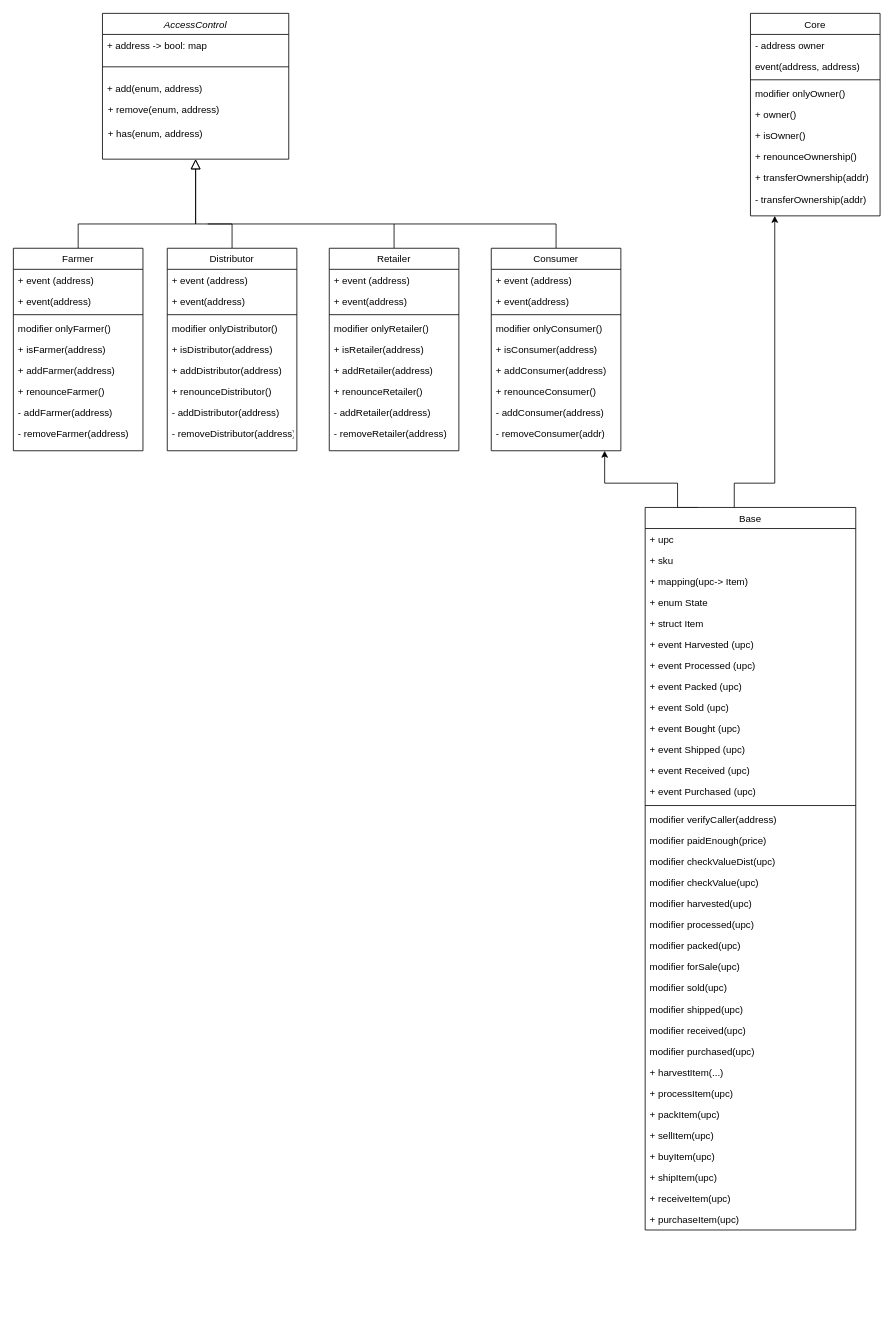
This is planning/Coffee Supply Class.drawio from ligipop/PlanningSolutions, a draw.io file, before an edit. Source tidied: cells renumbered, new cells numbered last; positions are measured from the earlier drawing's top-left corner, leaving out a move shared by most shapes. Both pictures are drawn from the tidied source at 81%, with x=0, y=0 at pixel (13, 13).
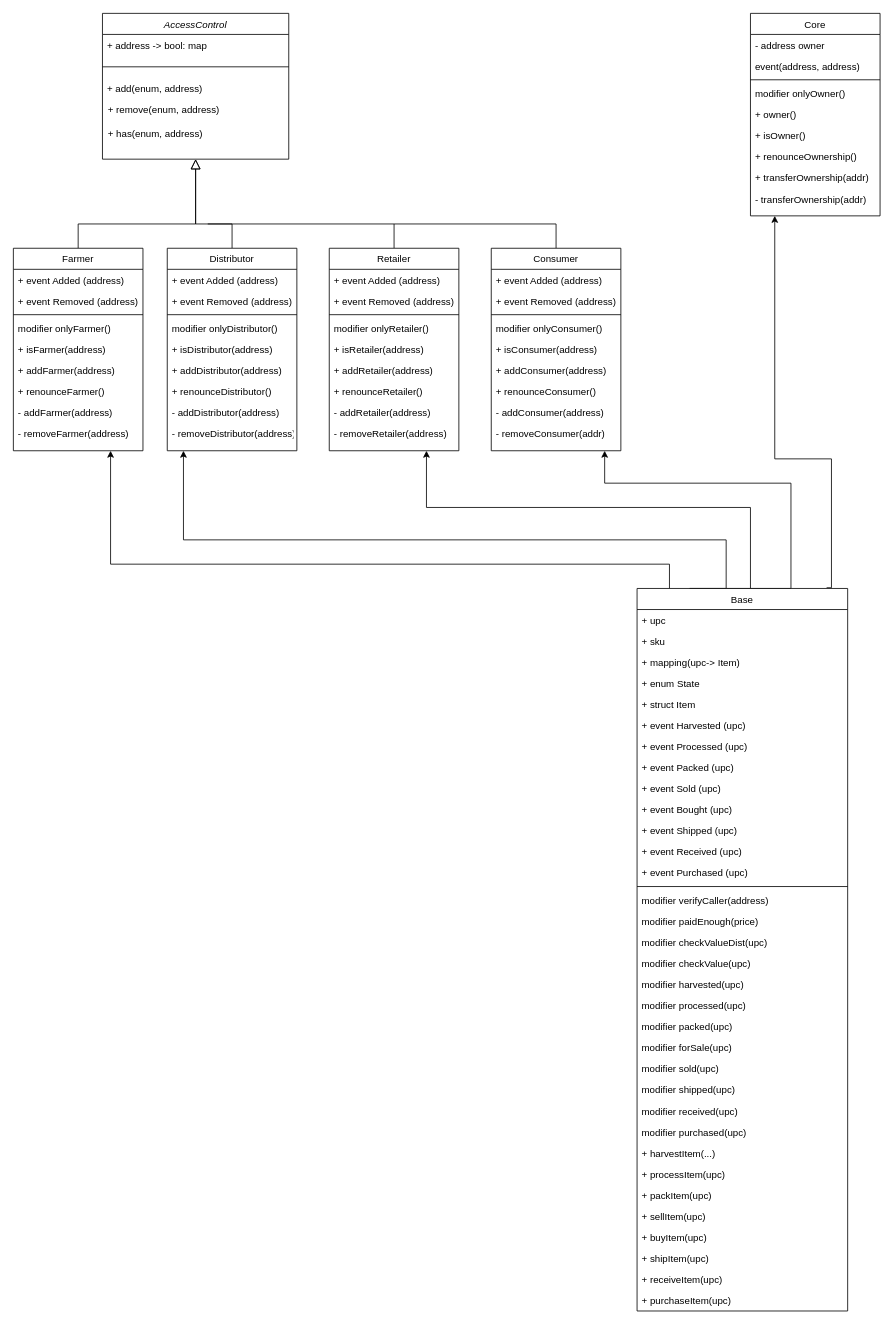
Above is the later version.

Commit message:
Update Coffee Supply Class_final.drawio

The change refers to these unchanged cells:
```xml
<mxCell id="20" value="Farmer" style="swimlane;fontStyle=0;align=center;verticalAlign=top;horizontal=1;startSize=26;rounded=0;shadow=0;strokeWidth=1;" parent="1" vertex="1">
  <mxGeometry y="290" width="160" height="250" as="geometry" />
</mxCell>
<mxCell id="32" value="Distributor" style="swimlane;fontStyle=0;align=center;verticalAlign=top;horizontal=1;startSize=26;rounded=0;shadow=0;strokeWidth=1;" parent="1" vertex="1">
  <mxGeometry x="190" y="290" width="160" height="250" as="geometry" />
</mxCell>
<mxCell id="42" value="Retailer" style="swimlane;fontStyle=0;align=center;verticalAlign=top;horizontal=1;startSize=26;rounded=0;shadow=0;strokeWidth=1;" parent="1" vertex="1">
  <mxGeometry x="390" y="290" width="160" height="250" as="geometry" />
</mxCell>
<mxCell id="52" value="Consumer" style="swimlane;fontStyle=0;align=center;verticalAlign=top;horizontal=1;startSize=26;rounded=0;shadow=0;strokeWidth=1;" parent="1" vertex="1">
  <mxGeometry x="590" y="290" width="160" height="250" as="geometry" />
</mxCell>
```

The edit, as a diff of the source:
```diff
@@
-    <mxCell id="21" value="+ event (address)" style="text;align=left;verticalAlign=top;spacingLeft=4;spacingRight=4;overflow=hidden;" parent="20" vertex="1">
+    <mxCell id="21" value="+ event Added (address)" style="text;align=left;verticalAlign=top;spacingLeft=4;spacingRight=4;overflow=hidden;" parent="20" vertex="1">
       <mxGeometry y="26" width="160" height="26" as="geometry" />
     </mxCell>
-    <mxCell id="22" value="+ event(address)" style="text;align=left;verticalAlign=top;spacingLeft=4;spacingRight=4;overflow=hidden;rounded=0;shadow=0;html=0;" parent="20" vertex="1">
+    <mxCell id="22" value="+ event Removed (address)" style="text;align=left;verticalAlign=top;spacingLeft=4;spacingRight=4;overflow=hidden;rounded=0;shadow=0;html=0;" parent="20" vertex="1">
       <mxGeometry y="52" width="160" height="26" as="geometry" />
     </mxCell>
@@
-    <mxCell id="33" value="+ event (address)" style="text;align=left;verticalAlign=top;spacingLeft=4;spacingRight=4;overflow=hidden;" parent="32" vertex="1">
+    <mxCell id="33" value="+ event Added (address)" style="text;align=left;verticalAlign=top;spacingLeft=4;spacingRight=4;overflow=hidden;" parent="32" vertex="1">
       <mxGeometry y="26" width="160" height="26" as="geometry" />
     </mxCell>
-    <mxCell id="34" value="+ event(address)" style="text;align=left;verticalAlign=top;spacingLeft=4;spacingRight=4;overflow=hidden;rounded=0;shadow=0;html=0;" parent="32" vertex="1">
+    <mxCell id="34" value="+ event Removed (address)" style="text;align=left;verticalAlign=top;spacingLeft=4;spacingRight=4;overflow=hidden;rounded=0;shadow=0;html=0;" parent="32" vertex="1">
       <mxGeometry y="52" width="160" height="26" as="geometry" />
     </mxCell>
@@
-    <mxCell id="43" value="+ event (address)" style="text;align=left;verticalAlign=top;spacingLeft=4;spacingRight=4;overflow=hidden;" parent="42" vertex="1">
+    <mxCell id="43" value="+ event Added (address)" style="text;align=left;verticalAlign=top;spacingLeft=4;spacingRight=4;overflow=hidden;" parent="42" vertex="1">
       <mxGeometry y="26" width="160" height="26" as="geometry" />
     </mxCell>
-    <mxCell id="44" value="+ event(address)" style="text;align=left;verticalAlign=top;spacingLeft=4;spacingRight=4;overflow=hidden;rounded=0;shadow=0;html=0;" parent="42" vertex="1">
+    <mxCell id="44" value="+ event Removed (address)" style="text;align=left;verticalAlign=top;spacingLeft=4;spacingRight=4;overflow=hidden;rounded=0;shadow=0;html=0;" parent="42" vertex="1">
       <mxGeometry y="52" width="160" height="26" as="geometry" />
     </mxCell>
@@
-    <mxCell id="53" value="+ event (address)" style="text;align=left;verticalAlign=top;spacingLeft=4;spacingRight=4;overflow=hidden;" parent="52" vertex="1">
+    <mxCell id="53" value="+ event Added (address)" style="text;align=left;verticalAlign=top;spacingLeft=4;spacingRight=4;overflow=hidden;" parent="52" vertex="1">
       <mxGeometry y="26" width="160" height="26" as="geometry" />
     </mxCell>
-    <mxCell id="54" value="+ event(address)" style="text;align=left;verticalAlign=top;spacingLeft=4;spacingRight=4;overflow=hidden;rounded=0;shadow=0;html=0;" parent="52" vertex="1">
+    <mxCell id="54" value="+ event Removed (address)" style="text;align=left;verticalAlign=top;spacingLeft=4;spacingRight=4;overflow=hidden;rounded=0;shadow=0;html=0;" parent="52" vertex="1">
       <mxGeometry y="52" width="160" height="26" as="geometry" />
     </mxCell>
@@
     <mxCell id="62" style="edgeStyle=orthogonalEdgeStyle;rounded=0;jettySize=auto;html=1;exitX=0.25;exitY=0;exitDx=0;exitDy=0;" parent="1" edge="1" source="64">
       <mxGeometry relative="1" as="geometry">
         <mxPoint x="730" y="540" as="targetPoint" />
         <Array as="points">
-          <mxPoint x="820" y="580" />
+          <mxPoint x="960" y="710" />
+          <mxPoint x="960" y="580" />
           <mxPoint x="730" y="580" />
         </Array>
       </mxGeometry>
     </mxCell>
-    <mxCell id="63" style="edgeStyle=orthogonalEdgeStyle;rounded=0;jettySize=auto;html=1;" parent="1" edge="1" source="64">
+    <mxCell id="63" style="edgeStyle=orthogonalEdgeStyle;rounded=0;jettySize=auto;html=1;exitX=0.9;exitY=-0.001;exitDx=0;exitDy=0;exitPerimeter=0;" parent="1" edge="1" source="64">
       <mxGeometry relative="1" as="geometry">
         <mxPoint x="940" y="250" as="targetPoint" />
         <Array as="points">
-          <mxPoint x="890" y="580" />
-          <mxPoint x="940" y="580" />
+          <mxPoint x="1010" y="709" />
+          <mxPoint x="1010" y="550" />
+          <mxPoint x="940" y="550" />
         </Array>
       </mxGeometry>
     </mxCell>
+    <mxCell id="99" style="edgeStyle=orthogonalEdgeStyle;rounded=0;jettySize=auto;html=1;entryX=0.75;entryY=1;entryDx=0;entryDy=0;" parent="1" edge="1" source="64" target="42">
+      <mxGeometry relative="1" as="geometry">
+        <Array as="points">
+          <mxPoint x="910" y="610" />
+          <mxPoint x="510" y="610" />
+        </Array>
+      </mxGeometry>
+    </mxCell>
+    <mxCell id="100" style="edgeStyle=orthogonalEdgeStyle;rounded=0;jettySize=auto;html=1;exitX=0.25;exitY=0;exitDx=0;exitDy=0;" parent="1" edge="1" source="64">
+      <mxGeometry relative="1" as="geometry">
+        <mxPoint x="210" y="540" as="targetPoint" />
+        <Array as="points">
+          <mxPoint x="880" y="710" />
+          <mxPoint x="880" y="650" />
+          <mxPoint x="210" y="650" />
+        </Array>
+      </mxGeometry>
+    </mxCell>
+    <mxCell id="101" style="edgeStyle=orthogonalEdgeStyle;rounded=0;jettySize=auto;html=1;entryX=0.75;entryY=1;entryDx=0;entryDy=0;" parent="1" edge="1" source="64" target="20">
+      <mxGeometry relative="1" as="geometry">
+        <Array as="points">
+          <mxPoint x="810" y="680" />
+          <mxPoint x="120" y="680" />
+        </Array>
+      </mxGeometry>
+    </mxCell>
     <mxCell id="64" value="Base" style="swimlane;fontStyle=0;align=center;verticalAlign=top;horizontal=1;startSize=26;rounded=0;shadow=0;strokeWidth=1;" parent="1" vertex="1">
-      <mxGeometry x="780" y="610" width="260" height="892" as="geometry" />
+      <mxGeometry x="770" y="710" width="260" height="892" as="geometry" />
     </mxCell>
```
